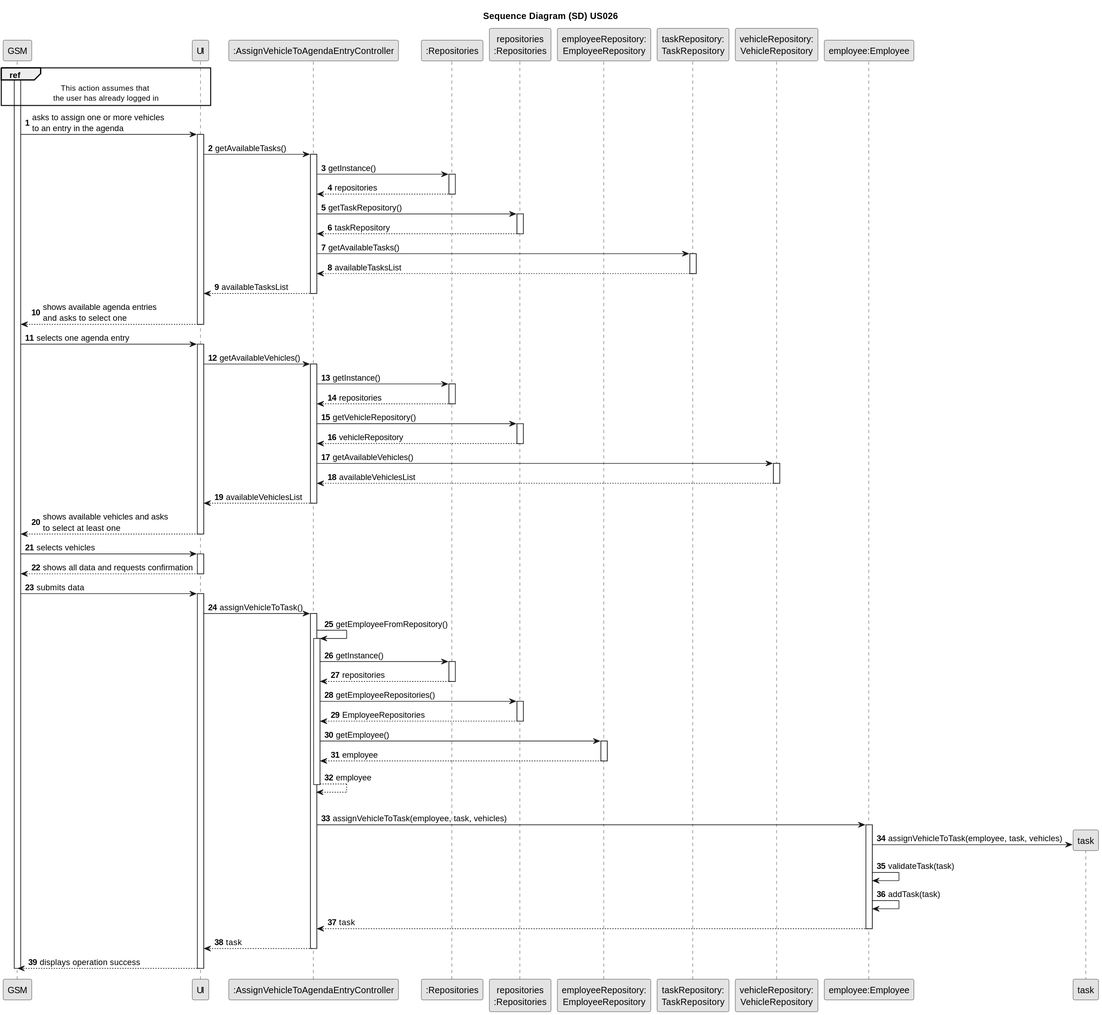
LopemigueISEP/lei-24-s2-1nb-g312 keeps this PlantUML diagram as docs/sprintC/US026/03.design/svg/us026-sequence-diagram-full.svg. Above is the earlier version.
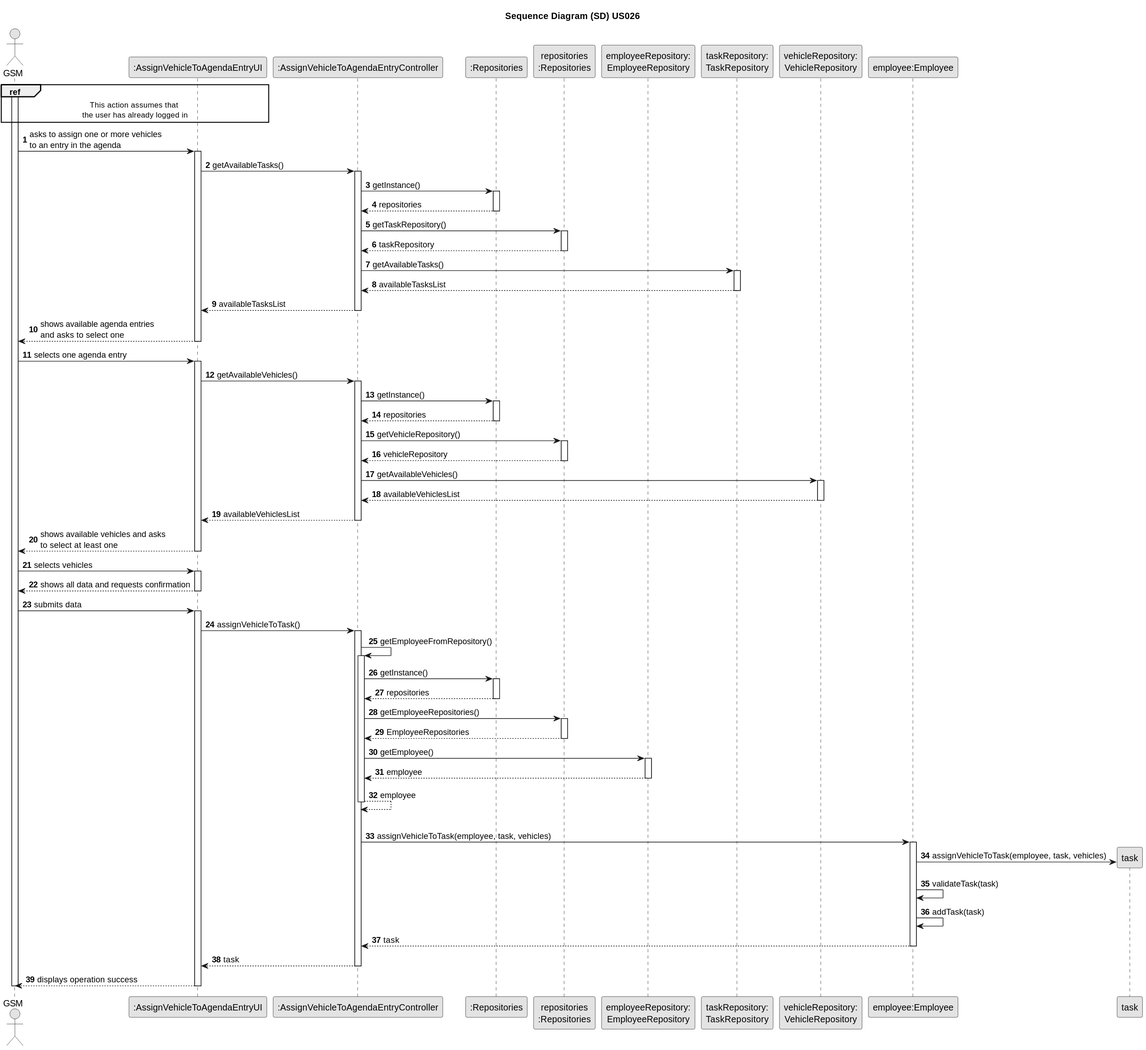
The same diagram one commit later.

Change to the diagram source:
```diff
@@ -6,7 +6,6 @@
 autonumber
 
 title Sequence Diagram (SD) US026
-ref over GSM, UI : This action assumes that \nthe user has already logged in
 
 
 actor "GSM" as GSM
@@ -18,6 +17,8 @@
 participant "taskRepository:\nTaskRepository" as TaskRepository
 participant "vehicleRepository:\nVehicleRepository" as VehicleRepository
 participant "employee:Employee" as employee
+
+ref over GSM, UI : This action assumes that \nthe user has already logged in
 
 
 activate GSM
```
